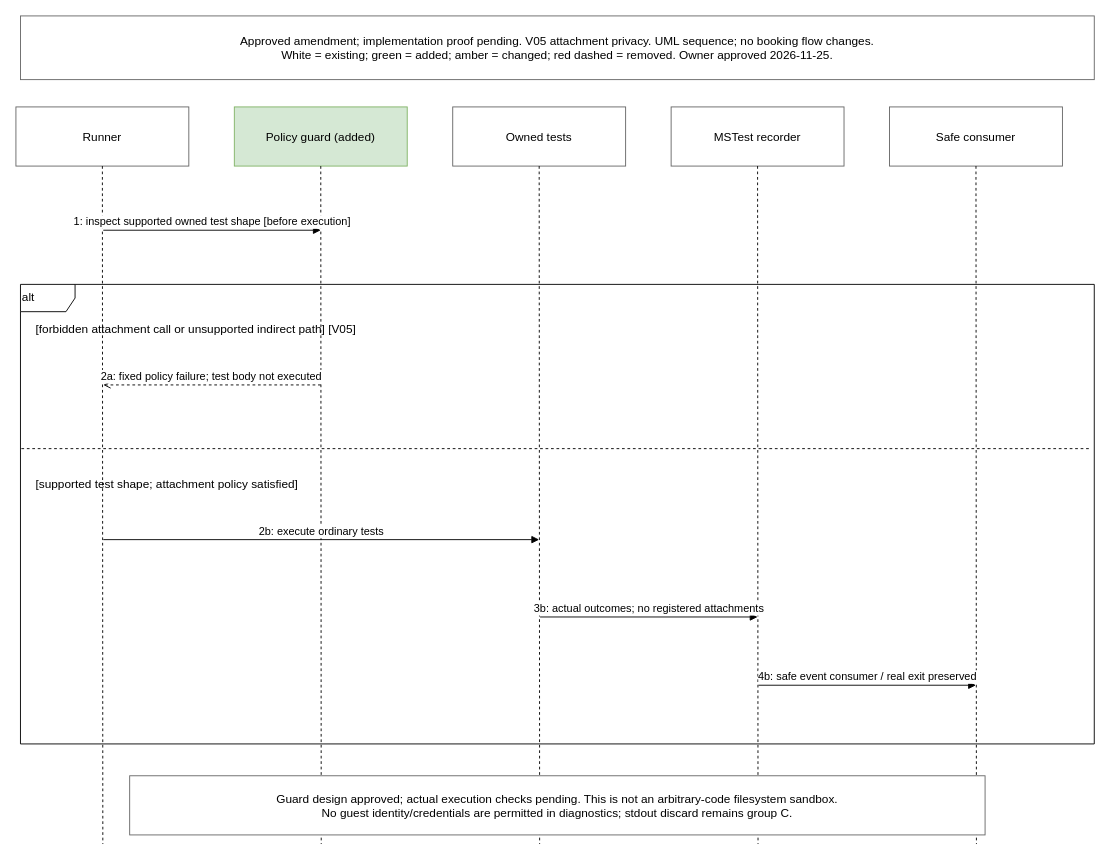
IgnatovichStanislav/checkin-booking keeps this draw.io diagram as page "After: UML sequence — implemented attachment policy" (2 of 2) of diagrams/006-layered-testing-verification/attachment-policy-proposal.drawio. Above is the earlier version. Source tidied: cells renumbered, new cells numbered last; positions are measured from the earlier drawing's top-left corner, leaving out a move shared by most shapes. Both pictures are drawn from the tidied source at 91%, with x=0, y=0 at pixel (15, 15).
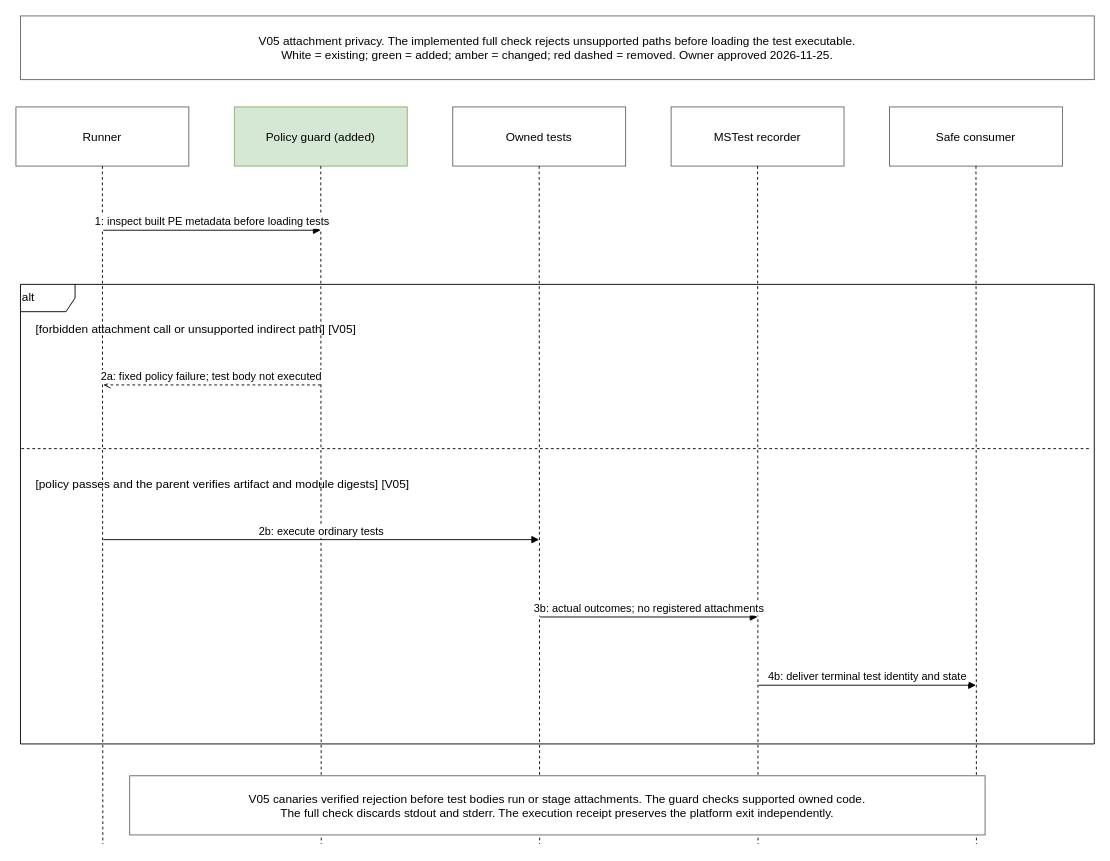
Above is the later version.

Unchanged cells that the change refers to:
```xml
<mxCell id="18" style="opacity=0;" parent="1" vertex="1">
  <mxGeometry x="95" y="235" width="1" height="1" as="geometry" />
</mxCell>
<mxCell id="19" style="opacity=0;" parent="1" vertex="1">
  <mxGeometry x="335" y="235" width="1" height="1" as="geometry" />
</mxCell>
<mxCell id="34" style="opacity=0;" parent="1" vertex="1">
  <mxGeometry x="815" y="735" width="1" height="1" as="geometry" />
</mxCell>
<mxCell id="35" style="opacity=0;" parent="1" vertex="1">
  <mxGeometry x="1055" y="735" width="1" height="1" as="geometry" />
</mxCell>
```

Change to the diagram source:
```diff
@@
-    <mxCell id="2" value="Approved amendment; implementation proof pending. V05 attachment privacy. UML sequence; no booking flow changes.&#10;White = existing; green = added; amber = changed; red dashed = removed. Owner approved 2026-11-25." style="rounded=0;whiteSpace=wrap;html=0;fillColor=#ffffff;strokeColor=#666666;fontSize=13;" parent="1" vertex="1">
+    <mxCell id="2" value="V05 attachment privacy. The implemented full check rejects unsupported paths before loading the test executable.&#10;White = existing; green = added; amber = changed; red dashed = removed. Owner approved 2026-11-25." style="rounded=0;whiteSpace=wrap;html=0;fillColor=#ffffff;strokeColor=#666666;fontSize=13;" parent="1" vertex="1">
       <mxGeometry x="5" width="1180" height="70" as="geometry" />
     </mxCell>
@@
-    <mxCell id="20" value="1: inspect supported owned test shape [before execution]" style="html=0;fontSize=12;labelBackgroundColor=#ffffff;endArrow=block;endFill=1;" parent="1" edge="1" source="18" target="19">
+    <mxCell id="20" value="1: inspect built PE metadata before loading tests" style="html=0;fontSize=12;labelBackgroundColor=#ffffff;endArrow=block;endFill=1;" parent="1" edge="1" source="18" target="19">
       <mxGeometry relative="1" as="geometry">
         <mxPoint y="-10" as="offset" />
       </mxGeometry>
     </mxCell>
@@
-    <mxCell id="27" value="[supported test shape; attachment policy satisfied]" style="text;whiteSpace=wrap;html=0;align=left;fontSize=13;" parent="1" vertex="1">
+    <mxCell id="27" value="[policy passes and the parent verifies artifact and module digests] [V05]" style="text;whiteSpace=wrap;html=0;align=left;fontSize=13;" parent="1" vertex="1">
       <mxGeometry x="20" y="500" width="1100" height="35" as="geometry" />
     </mxCell>
@@
-    <mxCell id="36" value="4b: safe event consumer / real exit preserved" style="html=0;fontSize=12;labelBackgroundColor=#ffffff;endArrow=block;endFill=1;" parent="1" edge="1" source="34" target="35">
+    <mxCell id="36" value="4b: deliver terminal test identity and state" style="html=0;fontSize=12;labelBackgroundColor=#ffffff;endArrow=block;endFill=1;" parent="1" edge="1" source="34" target="35">
       <mxGeometry relative="1" as="geometry">
         <mxPoint y="-10" as="offset" />
       </mxGeometry>
     </mxCell>
-    <mxCell id="37" value="Guard design approved; actual execution checks pending. This is not an arbitrary-code filesystem sandbox.&#10;No guest identity/credentials are permitted in diagnostics; stdout discard remains group C." style="rounded=0;whiteSpace=wrap;html=0;fillColor=#ffffff;strokeColor=#666666;fontSize=13;" parent="1" vertex="1">
+    <mxCell id="37" value="V05 canaries verified rejection before test bodies run or stage attachments. The guard checks supported owned code.&#10;The full check discards stdout and stderr. The execution receipt preserves the platform exit independently." style="rounded=0;whiteSpace=wrap;html=0;fillColor=#ffffff;strokeColor=#666666;fontSize=13;" parent="1" vertex="1">
       <mxGeometry x="125" y="835" width="940" height="65" as="geometry" />
     </mxCell>
```
